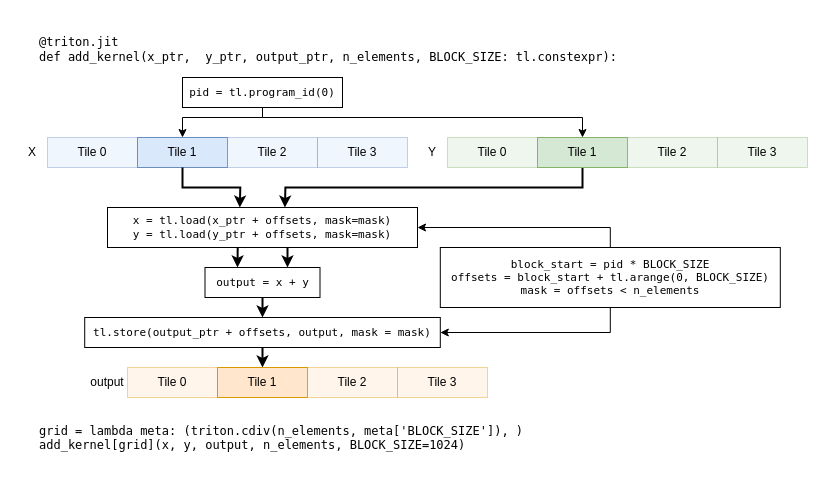
The draw.io diagram Drafts/vector-add.drawio in xrysamuel/my-drawio, before the edit. Source tidied: cells renumbered, new cells numbered last; positions are measured from the earlier drawing's top-left corner, leaving out a move shared by most shapes. Both pictures are drawn from the tidied source at 100%, with x=0, y=0 at pixel (17, 17).
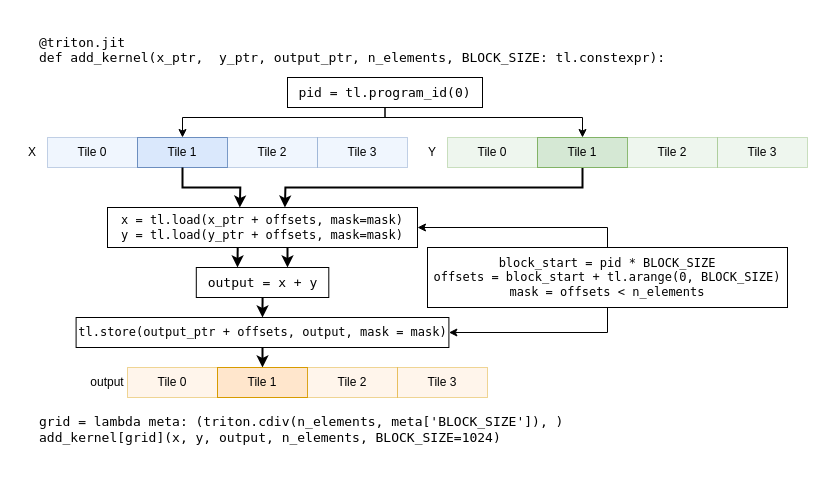
The same page after the edit.

Unchanged cells that the change refers to:
```xml
<mxCell id="3" value="Tile 1" style="rounded=0;whiteSpace=wrap;html=1;fillColor=#dae8fc;strokeColor=#6c8ebf;" parent="1" vertex="1">
  <mxGeometry x="120" y="120" width="90" height="30" as="geometry" />
</mxCell>
<mxCell id="14" value="Tile 1" style="rounded=0;whiteSpace=wrap;html=1;fillColor=#d5e8d4;strokeColor=#82b366;" parent="1" vertex="1">
  <mxGeometry x="520" y="120" width="90" height="30" as="geometry" />
</mxCell>
```

Change to the diagram source:
```diff
@@
     <mxCell id="6" style="edgeStyle=orthogonalEdgeStyle;rounded=0;jettySize=auto;html=1;exitX=0.5;exitY=1;exitDx=0;exitDy=0;entryX=0.5;entryY=0;entryDx=0;entryDy=0;" parent="1" edge="1" source="8" target="3">
       <mxGeometry relative="1" as="geometry">
         <Array as="points">
-          <mxPoint x="245" y="100" />
+          <mxPoint x="368" y="100" />
           <mxPoint x="165" y="100" />
         </Array>
       </mxGeometry>
     </mxCell>
     <mxCell id="7" style="edgeStyle=orthogonalEdgeStyle;rounded=0;jettySize=auto;html=1;exitX=0.5;exitY=1;exitDx=0;exitDy=0;" parent="1" edge="1" source="8" target="14">
       <mxGeometry relative="1" as="geometry">
         <Array as="points">
-          <mxPoint x="245" y="100" />
+          <mxPoint x="368" y="100" />
           <mxPoint x="565" y="100" />
         </Array>
       </mxGeometry>
     </mxCell>
-    <mxCell id="8" value="pid = tl.program_id(0)" style="rounded=0;whiteSpace=wrap;html=1;fontFamily=Lucida Console;fontSize=11;" parent="1" vertex="1">
-      <mxGeometry x="165" y="60" width="160" height="30" as="geometry" />
+    <mxCell id="8" value="pid = tl.program_id(0)" style="rounded=0;whiteSpace=wrap;html=1;fontFamily=Lucida Console;fontSize=13;" parent="1" vertex="1">
+      <mxGeometry x="270" y="60" width="195" height="30" as="geometry" />
     </mxCell>
@@
-    <mxCell id="11" value="block_start = pid * BLOCK_SIZE&lt;div&gt;offsets = block_start + tl.arange(0, BLOCK_SIZE)&lt;/div&gt;&lt;div&gt;mask = offsets &amp;lt; n_elements&lt;br&gt;&lt;/div&gt;" style="rounded=0;whiteSpace=wrap;html=1;fontFamily=Lucida Console;fontSize=11;" parent="1" vertex="1">
-      <mxGeometry x="422.8" y="230" width="340" height="60" as="geometry" />
+    <mxCell id="11" value="block_start = pid * BLOCK_SIZE&lt;div style=&quot;font-size: 12px;&quot;&gt;offsets = block_start + tl.arange(0, BLOCK_SIZE)&lt;/div&gt;&lt;div style=&quot;font-size: 12px;&quot;&gt;mask = offsets &amp;lt; n_elements&lt;br style=&quot;font-size: 12px;&quot;&gt;&lt;/div&gt;" style="rounded=0;whiteSpace=wrap;html=1;fontFamily=Lucida Console;fontSize=12;" parent="1" vertex="1">
+      <mxGeometry x="410" y="230" width="360" height="60" as="geometry" />
     </mxCell>
@@
-    <mxCell id="20" value="x = tl.load(x_ptr + offsets, mask=mask)&lt;div&gt;y = tl.load(y_ptr + offsets, mask=mask)&lt;br&gt;&lt;/div&gt;" style="rounded=0;whiteSpace=wrap;html=1;fontFamily=Lucida Console;fontSize=11;" parent="1" vertex="1">
+    <mxCell id="20" value="x = tl.load(x_ptr + offsets, mask=mask)&lt;div style=&quot;font-size: 12px;&quot;&gt;y = tl.load(y_ptr + offsets, mask=mask)&lt;br style=&quot;font-size: 12px;&quot;&gt;&lt;/div&gt;" style="rounded=0;whiteSpace=wrap;html=1;fontFamily=Lucida Console;fontSize=12;" parent="1" vertex="1">
       <mxGeometry x="90" y="190" width="310" height="40" as="geometry" />
     </mxCell>
@@
-    <mxCell id="24" value="output = x + y" style="rounded=0;whiteSpace=wrap;html=1;fontFamily=Lucida Console;fontSize=11;" parent="1" vertex="1">
-      <mxGeometry x="187.5" y="250" width="115" height="30" as="geometry" />
+    <mxCell id="24" value="output = x + y" style="rounded=0;whiteSpace=wrap;html=1;fontFamily=Lucida Console;fontSize=13;" parent="1" vertex="1">
+      <mxGeometry x="178.8" y="250" width="132.5" height="30" as="geometry" />
     </mxCell>
@@
-    <mxCell id="26" value="tl.store(output_ptr + offsets, output, mask = mask)" style="rounded=0;whiteSpace=wrap;html=1;fontFamily=Lucida Console;fontSize=11;" parent="1" vertex="1">
-      <mxGeometry x="67.2" y="300" width="355.6" height="30" as="geometry" />
+    <mxCell id="26" value="tl.store(output_ptr + offsets, output, mask = mask)" style="rounded=0;whiteSpace=wrap;html=1;fontFamily=Lucida Console;fontSize=12;" parent="1" vertex="1">
+      <mxGeometry x="58.6" y="300" width="372.8" height="30" as="geometry" />
     </mxCell>
@@
-    <mxCell id="32" value="&lt;br&gt;@triton.jit&lt;br&gt;def add_kernel(x_ptr,&amp;nbsp; y_ptr, output_ptr, n_elements, BLOCK_SIZE: tl.constexpr):" style="text;html=1;align=left;verticalAlign=middle;whiteSpace=wrap;rounded=0;fontFamily=Lucida Console;" parent="1" vertex="1">
+    <mxCell id="32" value="&lt;br style=&quot;font-size: 13px;&quot;&gt;@triton.jit&lt;br style=&quot;font-size: 13px;&quot;&gt;def add_kernel(x_ptr,&amp;nbsp; y_ptr, output_ptr, n_elements, BLOCK_SIZE: tl.constexpr):" style="text;html=1;align=left;verticalAlign=middle;whiteSpace=wrap;rounded=0;fontFamily=Lucida Console;fontSize=13;" parent="1" vertex="1">
       <mxGeometry x="20" width="650" height="50" as="geometry" />
     </mxCell>
-    <mxCell id="33" value="    grid = lambda meta: (triton.cdiv(n_elements, meta['BLOCK_SIZE']), )&#10;    add_kernel[grid](x, y, output, n_elements, BLOCK_SIZE=1024)&#10;    " style="text;whiteSpace=wrap;html=1;fontFamily=Lucida Console;" parent="1" vertex="1">
-      <mxGeometry x="20" y="400" width="500" height="50" as="geometry" />
+    <mxCell id="33" value="    grid = lambda meta: (triton.cdiv(n_elements, meta['BLOCK_SIZE']), )&#10;    add_kernel[grid](x, y, output, n_elements, BLOCK_SIZE=1024)&#10;    " style="text;whiteSpace=wrap;html=1;fontFamily=Lucida Console;fontSize=13;" parent="1" vertex="1">
+      <mxGeometry x="20" y="390" width="570" height="50" as="geometry" />
     </mxCell>
```
